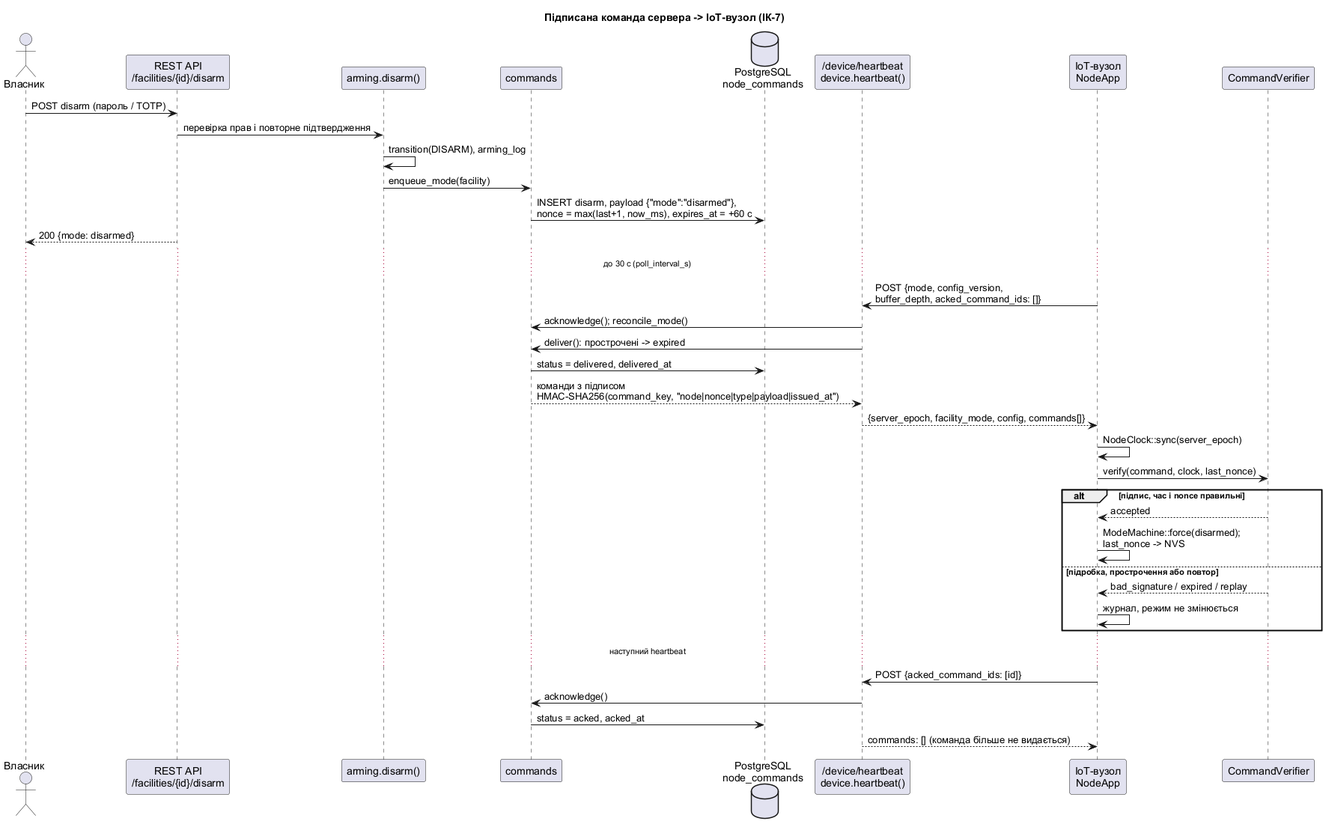
This is docs/diagrams/iot-sequence-command.png from NureDribnytsiaNazar/oberih, a PlantUML export, as it was before one commit.
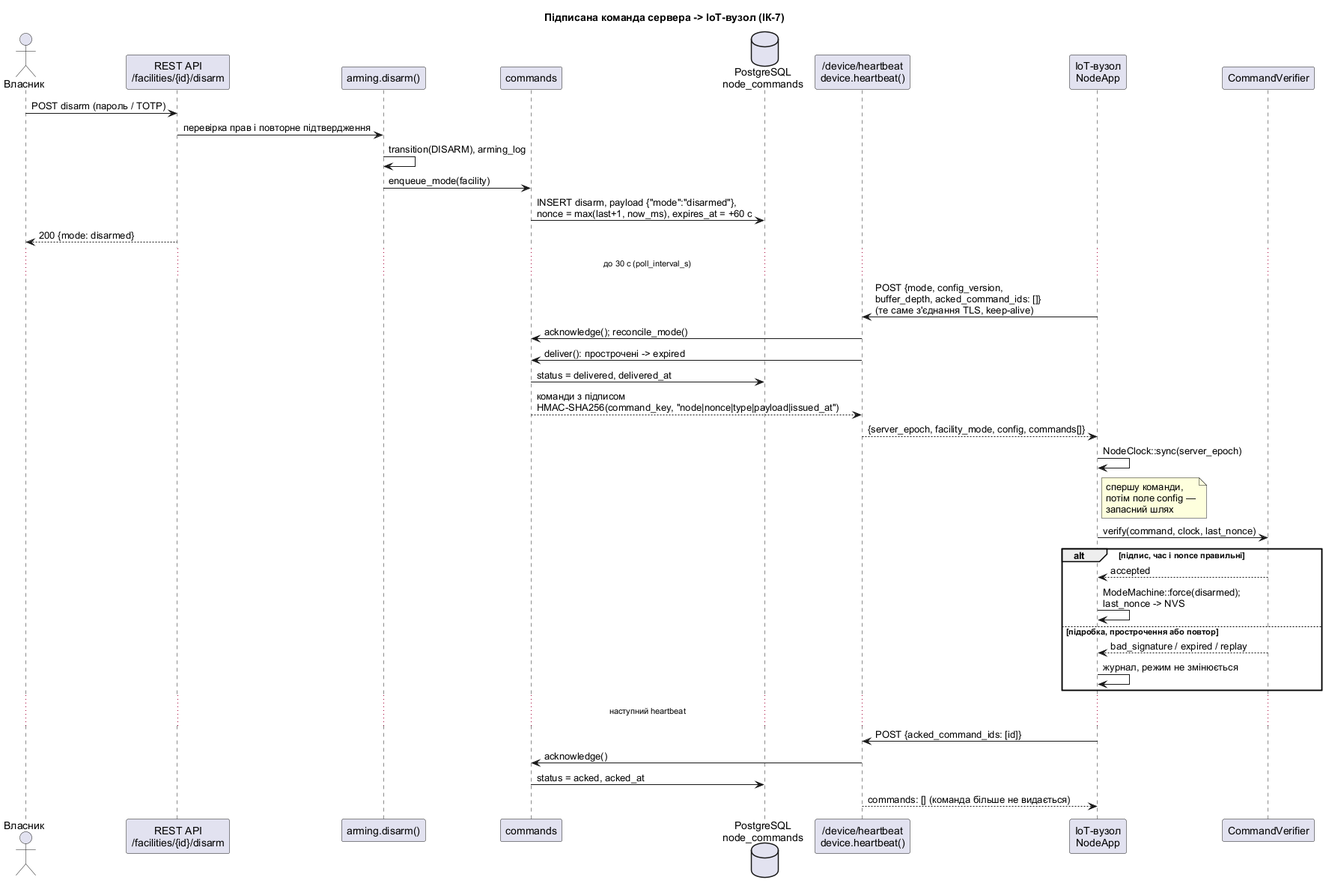
The same diagram one commit later.

Change to the diagram source:
```diff
@@ -21,13 +21,14 @@
 
 ... до 30 с (poll_interval_s) ...
 
-Node -> Heartbeat : POST {mode, config_version,\nbuffer_depth, acked_command_ids: []}
+Node -> Heartbeat : POST {mode, config_version,\nbuffer_depth, acked_command_ids: []}\n(те саме з'єднання TLS, keep-alive)
 Heartbeat -> Commands : acknowledge(); reconcile_mode()
 Heartbeat -> Commands : deliver(): прострочені -> expired
 Commands -> Db : status = delivered, delivered_at
 Commands --> Heartbeat : команди з підписом\nHMAC-SHA256(command_key, "node|nonce|type|payload|issued_at")
 Heartbeat --> Node : {server_epoch, facility_mode, config, commands[]}
 Node -> Node : NodeClock::sync(server_epoch)
+note right of Node : спершу команди,\nпотім поле config —\nзапасний шлях
 Node -> Verifier : verify(command, clock, last_nonce)
 alt підпис, час і nonce правильні
   Verifier --> Node : accepted
```
